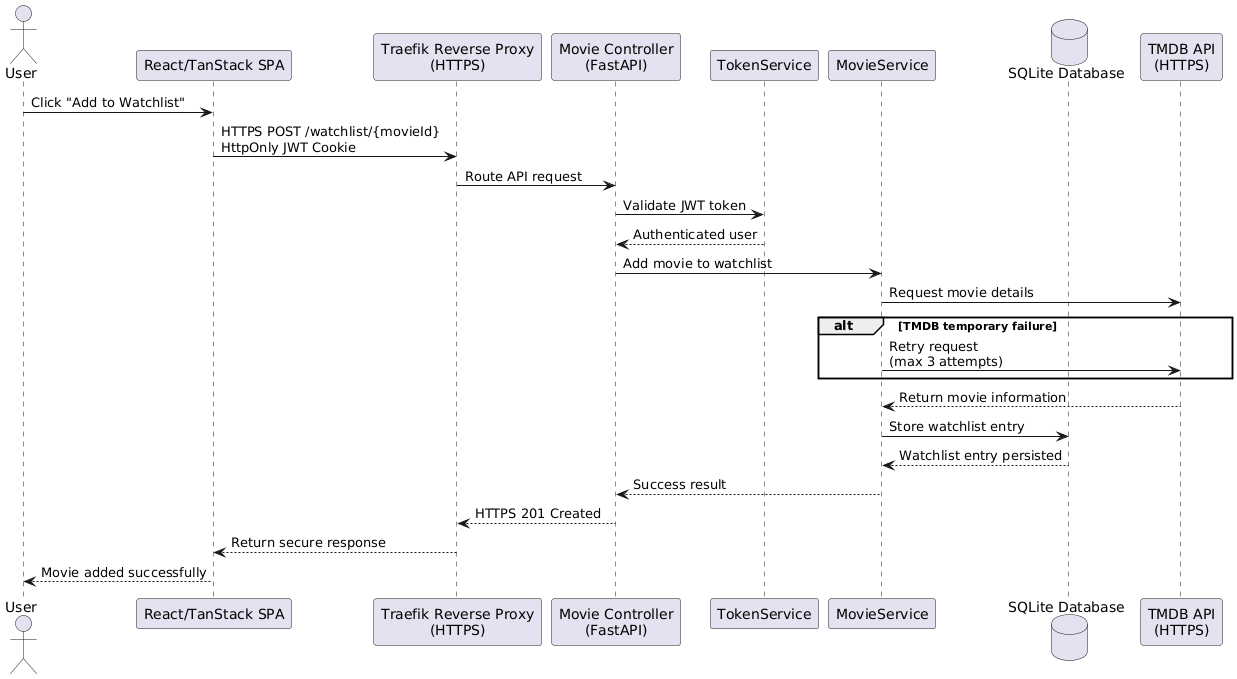
Earlier version of the PlantUML export docs/diagrams/sequence_diagram_add_movie_to_watchlist.png (DanielSchmerber/SQS26_MovieTracker). Its diagram source:
```plantuml
@startuml
actor User

participant "React/TanStack SPA" as Frontend
participant "Traefik Reverse Proxy\n(HTTPS)" as Traefik
participant "Movie Controller\n(FastAPI)" as Controller
participant "TokenService" as Auth
participant "MovieService" as Service
database "SQLite Database" as DB
participant "TMDB API\n(HTTPS)" as TMDB

User -> Frontend : Click "Add to Watchlist"

Frontend -> Traefik : HTTPS POST /watchlist/{movieId}\nHttpOnly JWT Cookie

Traefik -> Controller : Route API request

Controller -> Auth : Validate JWT token

Auth --> Controller : Authenticated user

Controller -> Service : Add movie to watchlist

Service -> TMDB : Request movie details

alt TMDB temporary failure
    Service -> TMDB : Retry request\n(max 3 attempts)
end

TMDB --> Service : Return movie information

Service -> DB : Store watchlist entry

DB --> Service : Watchlist entry persisted

Service --> Controller : Success result

Controller --> Traefik : HTTPS 201 Created

Traefik --> Frontend : Return secure response

Frontend --> User : Movie added successfully
@enduml
```
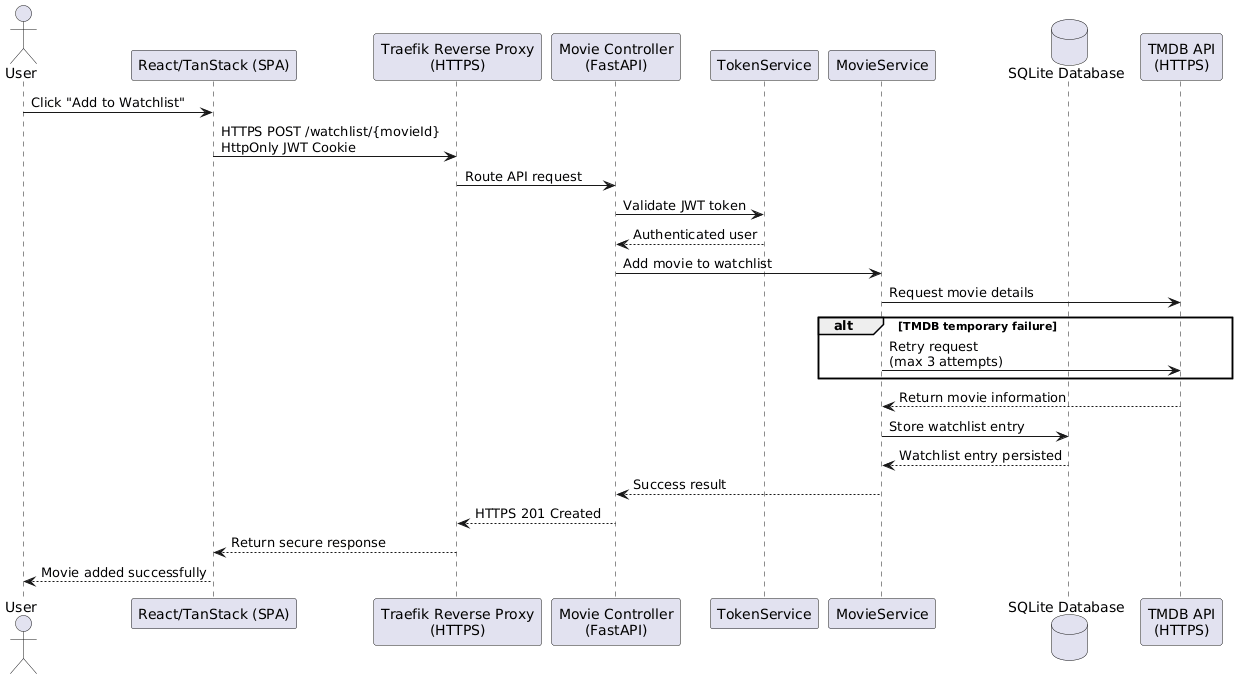
After the change.

The edit, as a diff of the source:
```diff
@@ -1,7 +1,7 @@
 @startuml
 actor User
 
-participant "React/TanStack SPA" as Frontend
+participant "React/TanStack (SPA)" as Frontend
 participant "Traefik Reverse Proxy\n(HTTPS)" as Traefik
 participant "Movie Controller\n(FastAPI)" as Controller
 participant "TokenService" as Auth
```
